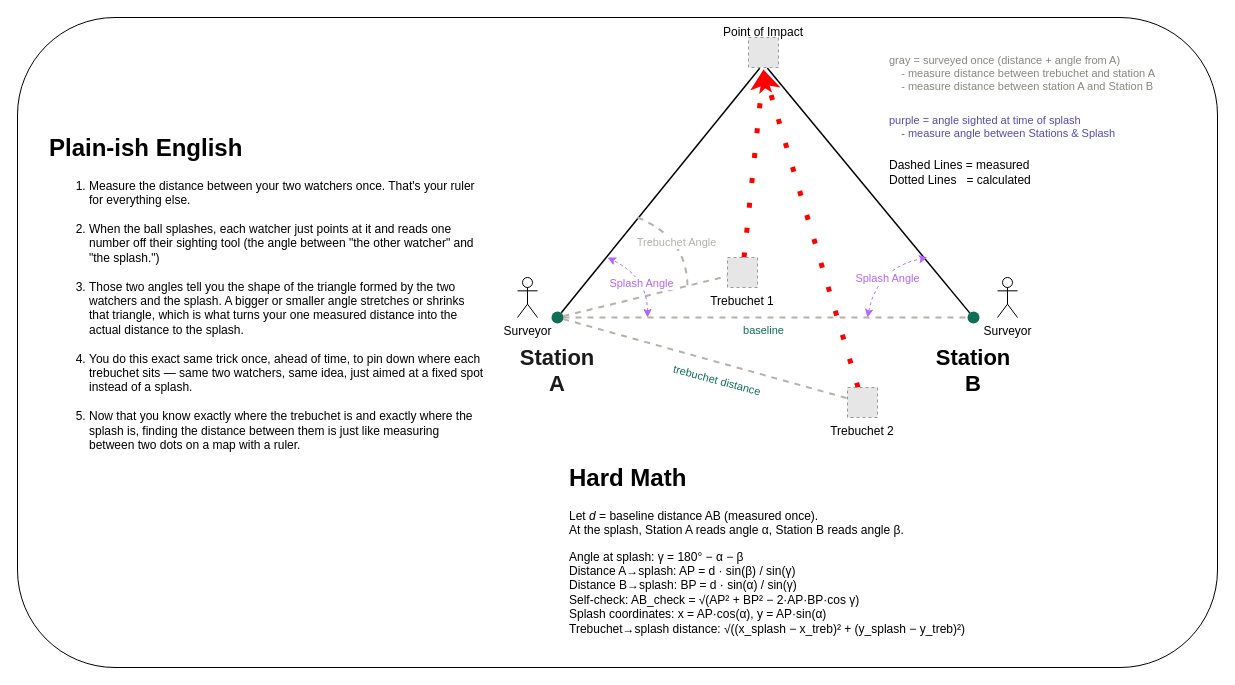
Before: docs/triangulation-diagram.drawio in lastcoolnameleft/chunkin-calculator, a draw.io diagram. Source tidied: cells renumbered, new cells numbered last; positions are measured from the earlier drawing's top-left corner, leaving out a move shared by most shapes. Both pictures are drawn from the tidied source at 100%, with x=0, y=0 at pixel (17, 17). Pictures stored in the file or linked from it are replaced by grey dashed boxes.
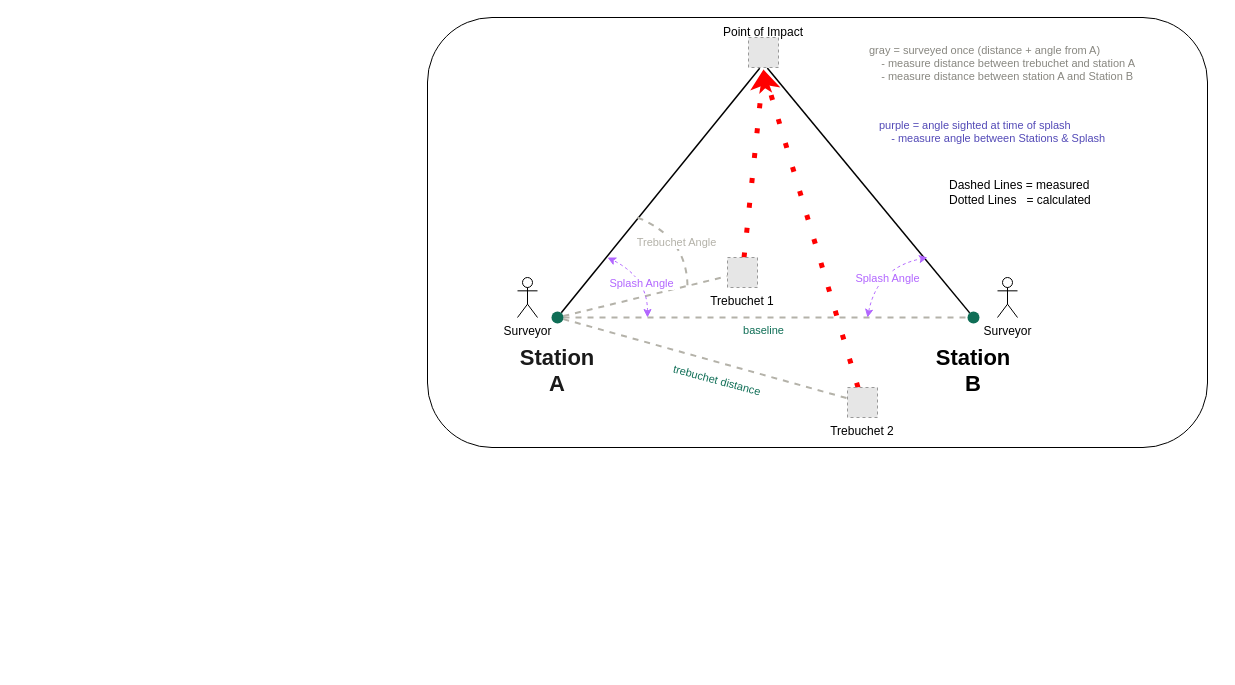
The same page after the edit.

The edit, as a diff of the source:
```diff
@@
     <mxCell id="2" style="rounded=1;whiteSpace=wrap;html=1;" parent="1" vertex="1">
-      <mxGeometry width="1200" height="650" as="geometry" />
+      <mxGeometry x="410" width="780" height="430" as="geometry" />
     </mxCell>
@@
     <mxCell id="13" value="gray = surveyed once (distance + angle from A)&lt;div&gt;&amp;nbsp; &amp;nbsp; - measure distance between trebuchet and station A&lt;/div&gt;&lt;div&gt;&amp;nbsp; &amp;nbsp; - measure distance between station A and Station B&lt;/div&gt;" style="text;html=1;align=left;fontColor=#888780;fontSize=11;" parent="1" vertex="1">
-      <mxGeometry x="870" y="30" width="320" height="60" as="geometry" />
+      <mxGeometry x="850" y="20" width="320" height="60" as="geometry" />
     </mxCell>
     <mxCell id="14" value="purple = angle sighted at time of splash&lt;div&gt;&amp;nbsp; &amp;nbsp; - measure angle between Stations &amp;amp; Splash&lt;br&gt;&lt;/div&gt;" style="text;html=1;align=left;fontColor=#534AB7;fontSize=11;" parent="1" vertex="1">
-      <mxGeometry x="870" y="90" width="320" height="40" as="geometry" />
+      <mxGeometry x="860" y="95" width="320" height="40" as="geometry" />
     </mxCell>
@@
     <mxCell id="19" value="Dashed Lines = measured&lt;div&gt;Dotted Lines&amp;nbsp; &amp;nbsp;= calculated&lt;/div&gt;" style="text;html=1;whiteSpace=wrap;strokeColor=none;fillColor=none;align=left;verticalAlign=middle;rounded=0;" parent="1" vertex="1">
-      <mxGeometry x="870" y="140" width="180" height="30" as="geometry" />
+      <mxGeometry x="930" y="160" width="180" height="30" as="geometry" />
     </mxCell>
@@
-    <mxCell id="22" value="&lt;h1 style=&quot;margin-top: 0px;&quot;&gt;Hard Math&lt;/h1&gt;&lt;div&gt;&lt;p dir=&quot;ltr&quot;&gt;Let &lt;em&gt;d&lt;/em&gt; = baseline distance AB (measured once).&amp;nbsp;&lt;br&gt;&lt;span style=&quot;background-color: transparent; color: light-dark(rgb(0, 0, 0), rgb(255, 255, 255));&quot;&gt;At the splash, Station A reads angle α, Station B reads angle β.&lt;/span&gt;&lt;/p&gt;&lt;p dir=&quot;ltr&quot;&gt;Angle at splash: γ = 180° − α − β&lt;br&gt;Distance A→splash: AP = d · sin(β) / sin(γ)&lt;br&gt;Distance B→splash: BP = d · sin(α) / sin(γ)&lt;br&gt;Self-check: AB_check = √(AP² + BP² − 2·AP·BP·cos γ)&lt;br&gt;Splash coordinates: x = AP·cos(α), y = AP·sin(α)&lt;br&gt;Trebuchet→splash distance: √((x_splash − x_treb)² + (y_splash − y_treb)²)&lt;/p&gt;&lt;/div&gt;&lt;p dir=&quot;ltr&quot;&gt;&lt;/p&gt;" style="text;html=1;whiteSpace=wrap;overflow=hidden;rounded=0;" parent="1" vertex="1">
-      <mxGeometry x="550" y="440" width="430" height="190" as="geometry" />
-    </mxCell>
-    <mxCell id="23" value="&lt;h1 style=&quot;margin-top: 0px;&quot;&gt;Plain-ish English&lt;/h1&gt;&lt;ol dir=&quot;ltr&quot;&gt;&lt;li&gt;Measure the distance between your two watchers once. That's your ruler for everything else.&lt;/li&gt;&lt;br&gt;&lt;li&gt;When the ball splashes, each watcher just points at it and reads one number off their sighting tool (the angle between &quot;the other watcher&quot; and &quot;the splash.&quot;)&lt;/li&gt;&lt;br&gt;&lt;li&gt;Those two angles tell you the shape of the triangle formed by the two watchers and the splash. A bigger or smaller angle stretches or shrinks that triangle, which is what turns your one measured distance into the actual distance to the splash.&lt;/li&gt;&lt;br&gt;&lt;li&gt;You do this exact same trick once, ahead of time, to pin down where each trebuchet sits — same two watchers, same idea, just aimed at a fixed spot instead of a splash.&lt;/li&gt;&lt;br&gt;&lt;li&gt;Now that you know exactly where the trebuchet is and exactly where the splash is, finding the distance between them is just like measuring between two dots on a map with a ruler.&lt;/li&gt;&lt;br&gt;&lt;/ol&gt;" style="text;html=1;whiteSpace=wrap;overflow=hidden;rounded=0;" parent="1" vertex="1">
-      <mxGeometry x="30" y="110" width="440" height="440" as="geometry" />
-    </mxCell>
```
